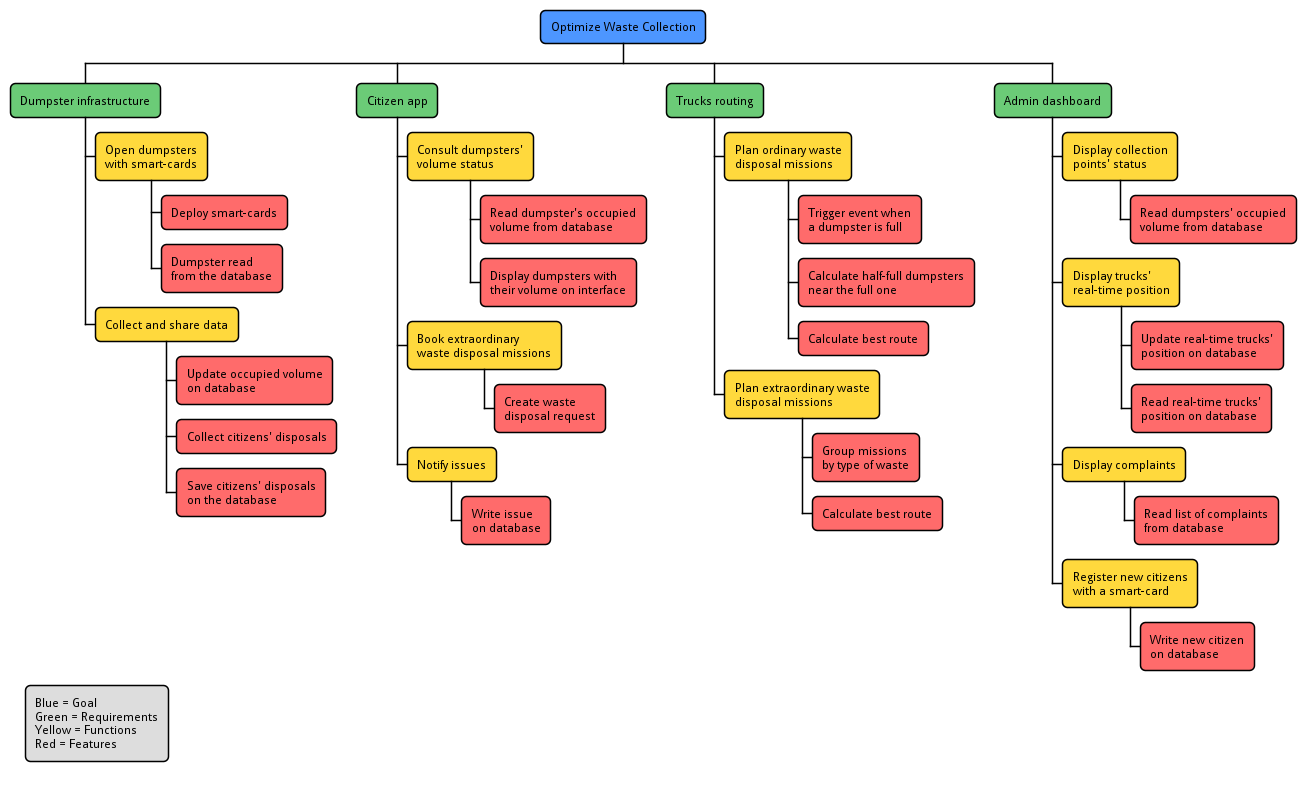
Above: uml/requirement-breakdown-structure.pm.png in SmartWasteCollection/project-management (PlantUML), before the change.
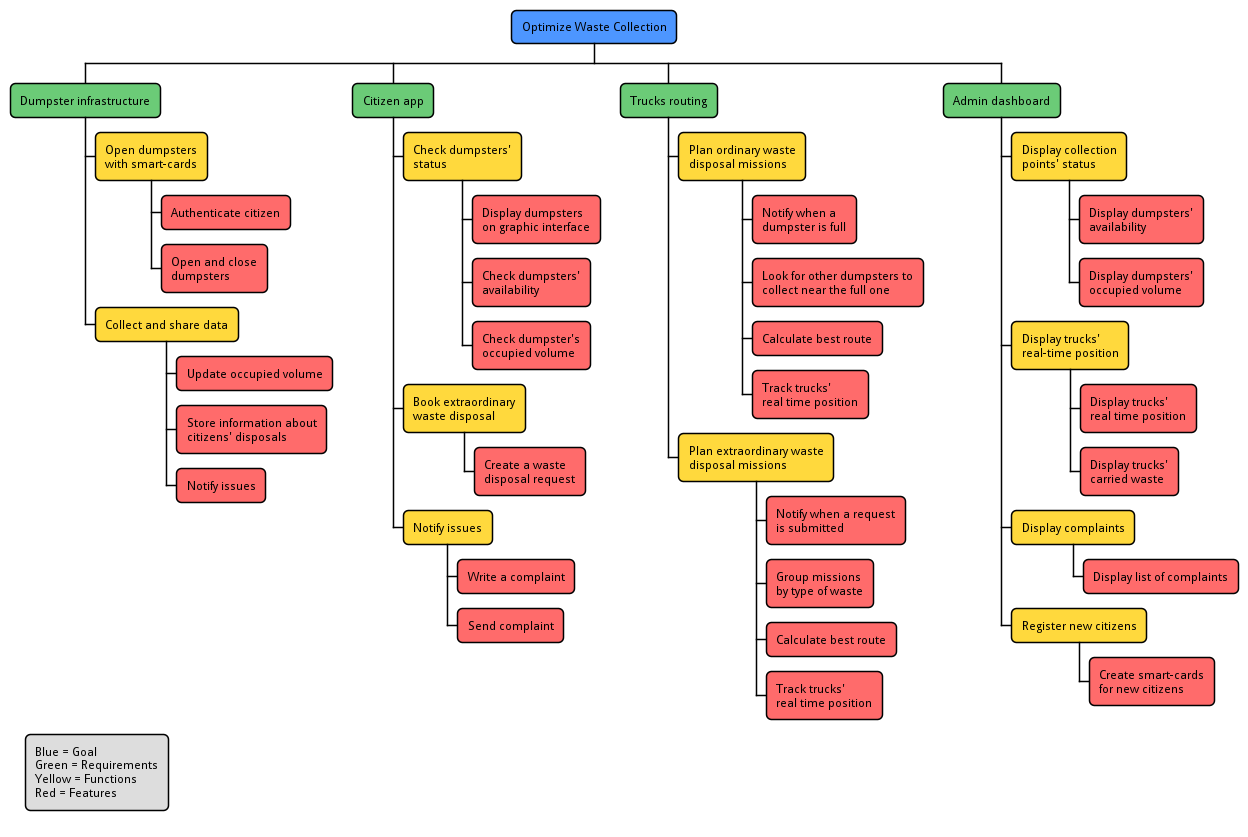
After the commit.

Commit message:
docs(uml): generate PNG files for PlantUML diagrams

Diff of the diagram source:
```diff
@@ -6,48 +6,54 @@
 requirement(Dumpster infrastructure)
 
 function(Open dumpsters\nwith smart-cards)
-feature(Deploy smart-cards)
-feature(Dumpster read\nfrom the database)
+feature(Authenticate citizen)
+feature(Open and close\ndumpsters)
 
 function(Collect and share data)
-feature(Update occupied volume\non database)
-feature(Collect citizens' disposals)
-feature(Save citizens' disposals\non the database)
+feature(Update occupied volume)
+feature(Store information about\ncitizens' disposals)
+feature(Notify issues)
 
 requirement(Citizen app)
-function(Consult dumpsters'\nvolume status)
-feature(Read dumpster's occupied\nvolume from database)
-feature(Display dumpsters with\ntheir volume on interface)
+function(Check dumpsters'\nstatus)
+feature(Display dumpsters\non graphic interface)
+feature(Check dumpsters'\navailability)
+feature(Check dumpster's\noccupied volume)
 
-function(Book extraordinary\nwaste disposal missions)
-feature(Create waste\ndisposal request)
+function(Book extraordinary\nwaste disposal)
+feature(Create a waste\ndisposal request)
 
 function(Notify issues)
-feature(Write issue\non database)
+feature(Write a complaint)
+feature(Send complaint)
 
 requirement(Trucks routing)
 function(Plan ordinary waste\ndisposal missions)
-feature(Trigger event when\na dumpster is full)
-feature(Calculate half-full dumpsters\nnear the full one)
+feature(Notify when a\ndumpster is full)
+feature(Look for other dumpsters to\ncollect near the full one)
 feature(Calculate best route)
+feature(Track trucks'\nreal time position)
 
 function(Plan extraordinary waste\ndisposal missions)
+feature(Notify when a request\nis submitted)
 feature(Group missions\nby type of waste)
 feature(Calculate best route)
+feature(Track trucks'\nreal time position)
 
 requirement(Admin dashboard)
 function(Display collection\npoints' status)
-feature(Read dumpsters' occupied\nvolume from database)
+feature(Display dumpsters'\navailability)
+feature(Display dumpsters'\noccupied volume)
 
 function(Display trucks'\nreal-time position)
-feature(Update real-time trucks'\nposition on database)
-feature(Read real-time trucks'\nposition on database)
+feature(Display trucks'\nreal time position)
+feature(Display trucks'\ncarried waste)
 
 function(Display complaints)
-feature(Read list of complaints\nfrom database)
+feature(Display list of complaints)
 
-function(Register new citizens\nwith a smart-card)
-feature(Write new citizen\non database)
+function(Register new citizens)
+feature(Create smart-cards\nfor new citizens)
 
 legend left
     Blue = Goal
```
